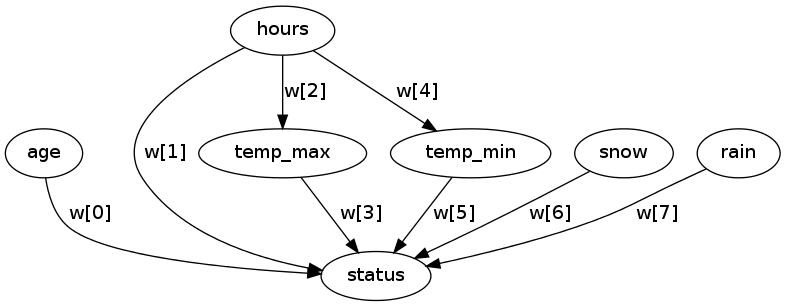
This is machine_learning/network.png from jonathan-j-lee/SARBayes, a Graphviz export, as it was before one commit. Its source is kept beside it as machine_learning/network.dot.
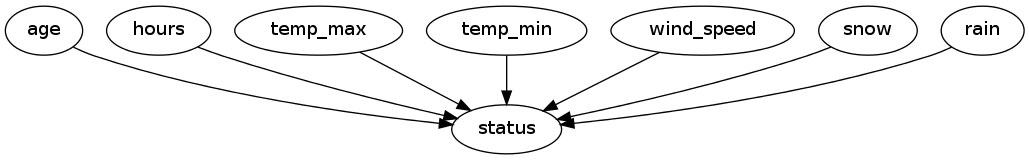
The same diagram one commit later.

The edit, as a diff of the source:
```diff
@@ -1,11 +1,10 @@
 
 digraph network {
-    age -> status [label="w[0]"];
-    hours -> status [label="w[1]"];
-    hours -> temp_max [label="w[2]"];
-    temp_max -> status [label="w[3]"];
-    hours -> temp_min [label="w[4]"];
-    temp_min -> status[label="w[5]"];
-    snow ->status [label="w[6]"];
-    rain -> status [label="w[7]"];
+    age -> status;
+    hours -> status;
+    temp_max -> status;
+    temp_min -> status;
+    wind_speed -> status;
+    snow -> status;
+    rain -> status;
 }
```
